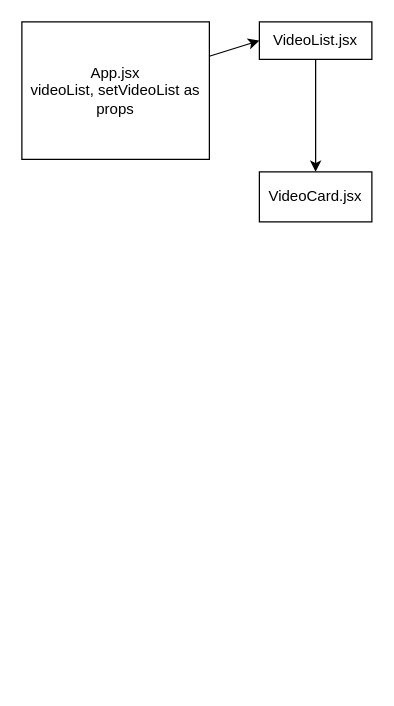
CodeYourFuture/Full-Stack-Project-Assessment keeps this draw.io diagram as client/plan.drawio. Above is the earlier version. Source tidied: cells renumbered, new cells numbered last; positions are measured from the earlier drawing's top-left corner, leaving out a move shared by most shapes. Both pictures are drawn from the tidied source at 125%, with x=0, y=0 at pixel (21, 21).
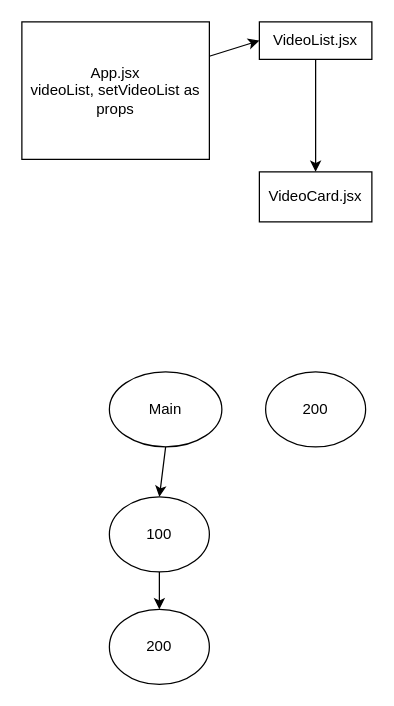
The same diagram, later.

The edit, as a diff of the source:
```diff
@@
 <mxGraphModel>
   <root>
     <mxCell id="0" />
     <mxCell id="1" parent="0" />
     <mxCell id="2" value="App.jsx&lt;br&gt;videoList, setVideoList as props" style="rounded=0;whiteSpace=wrap;html=1;" parent="1" vertex="1">
       <mxGeometry width="150" height="110" as="geometry" />
     </mxCell>
     <mxCell id="3" value="VideoList.jsx" style="rounded=0;whiteSpace=wrap;html=1;" parent="1" vertex="1">
       <mxGeometry x="190" width="90" height="30" as="geometry" />
     </mxCell>
     <mxCell id="4" value="VideoCard.jsx" style="rounded=0;whiteSpace=wrap;html=1;" parent="1" vertex="1">
       <mxGeometry x="190" y="120" width="90" height="40" as="geometry" />
     </mxCell>
     <mxCell id="5" style="endArrow=classic;html=1;exitX=0.5;exitY=1;exitDx=0;exitDy=0;entryX=0.5;entryY=0;entryDx=0;entryDy=0;" parent="1" edge="1" source="3" target="4">
       <mxGeometry relative="1" as="geometry" />
     </mxCell>
     <mxCell id="6" style="endArrow=classic;html=1;entryX=0;entryY=0.5;entryDx=0;entryDy=0;exitX=1;exitY=0.25;exitDx=0;exitDy=0;" parent="1" edge="1" source="2" target="3">
       <mxGeometry relative="1" as="geometry" />
     </mxCell>
+    <mxCell id="7" value="Main" style="ellipse;whiteSpace=wrap;html=1;" parent="1" vertex="1">
+      <mxGeometry x="70" y="280" width="90" height="60" as="geometry" />
+    </mxCell>
+    <mxCell id="8" style="edgeStyle=none;html=1;" parent="1" edge="1" source="9" target="10">
+      <mxGeometry relative="1" as="geometry" />
+    </mxCell>
+    <mxCell id="9" value="100" style="ellipse;whiteSpace=wrap;html=1;" parent="1" vertex="1">
+      <mxGeometry x="70" y="380" width="80" height="60" as="geometry" />
+    </mxCell>
+    <mxCell id="10" value="200" style="ellipse;whiteSpace=wrap;html=1;" parent="1" vertex="1">
+      <mxGeometry x="70" y="470" width="80" height="60" as="geometry" />
+    </mxCell>
+    <mxCell id="11" value="200" style="ellipse;whiteSpace=wrap;html=1;" parent="1" vertex="1">
+      <mxGeometry x="195" y="280" width="80" height="60" as="geometry" />
+    </mxCell>
+    <mxCell id="12" style="endArrow=classic;html=1;exitX=0.5;exitY=1;exitDx=0;exitDy=0;entryX=0.5;entryY=0;entryDx=0;entryDy=0;" parent="1" edge="1" source="7" target="9">
+      <mxGeometry relative="1" as="geometry" />
+    </mxCell>
   </root>
 </mxGraphModel>
```
